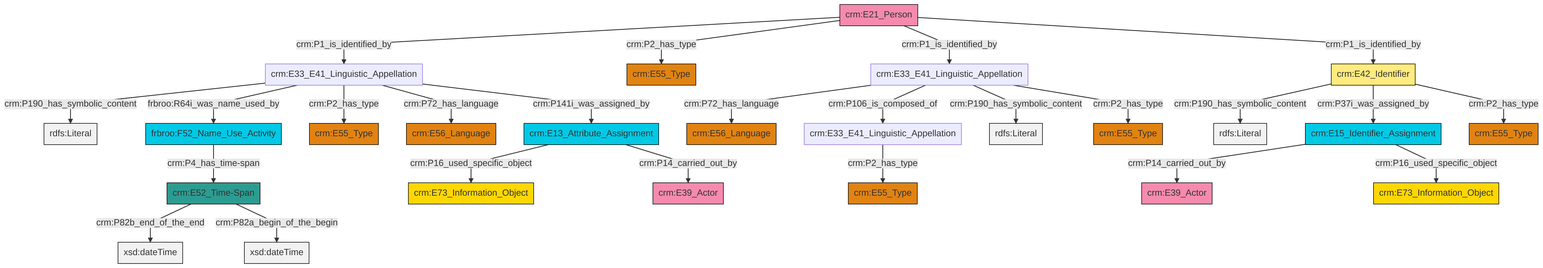
The Mermaid diagram et/personCSV/ttl/mmd/png/Person_Names_and_Classification.png in swiss-art-research-net/reference-data-models, before a commit. Its source is kept beside it as et/personCSV/ttl/mmd/Person_Names_and_Classification.ttl.mmd.
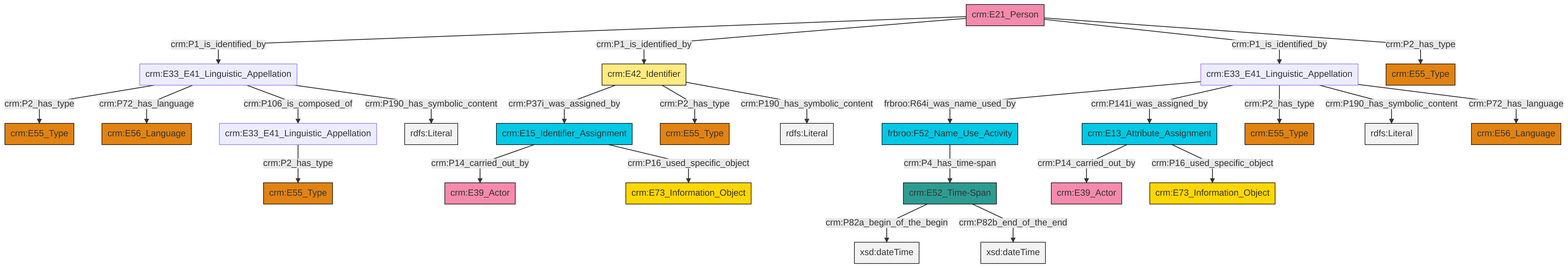
The same diagram one commit later.

Diff of the diagram source:
```diff
@@ -13,27 +13,27 @@
 classDef PC_Classes fill:#4ce600, stroke:#000000;
 classDef Multi fill:#cccccc,stroke:#000000;
 
-0["crm:E21_Person"]:::Actor -->|crm:P1_is_identified_by| 1["crm:E33_E41_Linguistic_Appellation"]:::Default
-1["crm:E33_E41_Linguistic_Appellation"]:::Default -->|crm:P190_has_symbolic_content| 6[rdfs:Literal]:::Literal
-2["crm:E42_Identifier"]:::Appellation -->|crm:P190_has_symbolic_content| 9[rdfs:Literal]:::Literal
-1["crm:E33_E41_Linguistic_Appellation"]:::Default -->|frbroo:R64i_was_name_used_by| 12["frbroo:F52_Name_Use_Activity"]:::Temporal_Entity
-0["crm:E21_Person"]:::Actor -->|crm:P2_has_type| 15["crm:E55_Type"]:::Type
-23["crm:E13_Attribute_Assignment"]:::Temporal_Entity -->|crm:P16_used_specific_object| 13["crm:E73_Information_Object"]:::Conceptual_Object
-24["crm:E52_Time-Span"]:::Time-Span -->|crm:P82b_end_of_the_end| 25[xsd:dateTime]:::Literal
-2["crm:E42_Identifier"]:::Appellation -->|crm:P37i_was_assigned_by| 26["crm:E15_Identifier_Assignment"]:::Temporal_Entity
-0["crm:E21_Person"]:::Actor -->|crm:P1_is_identified_by| 33["crm:E33_E41_Linguistic_Appellation"]:::Default
-2["crm:E42_Identifier"]:::Appellation -->|crm:P2_has_type| 18["crm:E55_Type"]:::Type
-12["frbroo:F52_Name_Use_Activity"]:::Temporal_Entity -->|crm:P4_has_time-span| 24["crm:E52_Time-Span"]:::Time-Span
-24["crm:E52_Time-Span"]:::Time-Span -->|crm:P82a_begin_of_the_begin| 37[xsd:dateTime]:::Literal
-16["crm:E33_E41_Linguistic_Appellation"]:::Default -->|crm:P2_has_type| 38["crm:E55_Type"]:::Type
-1["crm:E33_E41_Linguistic_Appellation"]:::Default -->|crm:P2_has_type| 10["crm:E55_Type"]:::Type
-1["crm:E33_E41_Linguistic_Appellation"]:::Default -->|crm:P72_has_language| 21["crm:E56_Language"]:::Type
-33["crm:E33_E41_Linguistic_Appellation"]:::Default -->|crm:P72_has_language| 7["crm:E56_Language"]:::Type
-0["crm:E21_Person"]:::Actor -->|crm:P1_is_identified_by| 2["crm:E42_Identifier"]:::Appellation
-33["crm:E33_E41_Linguistic_Appellation"]:::Default -->|crm:P106_is_composed_of| 16["crm:E33_E41_Linguistic_Appellation"]:::Default
-26["crm:E15_Identifier_Assignment"]:::Temporal_Entity -->|crm:P14_carried_out_by| 42["crm:E39_Actor"]:::Actor
-33["crm:E33_E41_Linguistic_Appellation"]:::Default -->|crm:P190_has_symbolic_content| 43[rdfs:Literal]:::Literal
-1["crm:E33_E41_Linguistic_Appellation"]:::Default -->|crm:P141i_was_assigned_by| 23["crm:E13_Attribute_Assignment"]:::Temporal_Entity
-26["crm:E15_Identifier_Assignment"]:::Temporal_Entity -->|crm:P16_used_specific_object| 34["crm:E73_Information_Object"]:::Conceptual_Object
-23["crm:E13_Attribute_Assignment"]:::Temporal_Entity -->|crm:P14_carried_out_by| 4["crm:E39_Actor"]:::Actor
-33["crm:E33_E41_Linguistic_Appellation"]:::Default -->|crm:P2_has_type| 31["crm:E55_Type"]:::Type
+0["crm:E33_E41_Linguistic_Appellation"]:::Default -->|frbroo:R64i_was_name_used_by| 1["frbroo:F52_Name_Use_Activity"]:::Temporal_Entity
+2["crm:E13_Attribute_Assignment"]:::Temporal_Entity -->|crm:P14_carried_out_by| 3["crm:E39_Actor"]:::Actor
+4["crm:E33_E41_Linguistic_Appellation"]:::Default -->|crm:P2_has_type| 5["crm:E55_Type"]:::Type
+6["crm:E21_Person"]:::Actor -->|crm:P1_is_identified_by| 7["crm:E33_E41_Linguistic_Appellation"]:::Default
+9["crm:E42_Identifier"]:::Appellation -->|crm:P37i_was_assigned_by| 10["crm:E15_Identifier_Assignment"]:::Temporal_Entity
+9["crm:E42_Identifier"]:::Appellation -->|crm:P2_has_type| 11["crm:E55_Type"]:::Type
+0["crm:E33_E41_Linguistic_Appellation"]:::Default -->|crm:P141i_was_assigned_by| 2["crm:E13_Attribute_Assignment"]:::Temporal_Entity
+6["crm:E21_Person"]:::Actor -->|crm:P1_is_identified_by| 9["crm:E42_Identifier"]:::Appellation
+9["crm:E42_Identifier"]:::Appellation -->|crm:P190_has_symbolic_content| 20[rdfs:Literal]:::Literal
+7["crm:E33_E41_Linguistic_Appellation"]:::Default -->|crm:P2_has_type| 14["crm:E55_Type"]:::Type
+26["crm:E52_Time-Span"]:::Time-Span -->|crm:P82a_begin_of_the_begin| 30[xsd:dateTime]:::Literal
+7["crm:E33_E41_Linguistic_Appellation"]:::Default -->|crm:P72_has_language| 23["crm:E56_Language"]:::Type
+0["crm:E33_E41_Linguistic_Appellation"]:::Default -->|crm:P2_has_type| 31["crm:E55_Type"]:::Type
+0["crm:E33_E41_Linguistic_Appellation"]:::Default -->|crm:P190_has_symbolic_content| 35[rdfs:Literal]:::Literal
+7["crm:E33_E41_Linguistic_Appellation"]:::Default -->|crm:P106_is_composed_of| 4["crm:E33_E41_Linguistic_Appellation"]:::Default
+26["crm:E52_Time-Span"]:::Time-Span -->|crm:P82b_end_of_the_end| 37[xsd:dateTime]:::Literal
+10["crm:E15_Identifier_Assignment"]:::Temporal_Entity -->|crm:P14_carried_out_by| 17["crm:E39_Actor"]:::Actor
+6["crm:E21_Person"]:::Actor -->|crm:P1_is_identified_by| 0["crm:E33_E41_Linguistic_Appellation"]:::Default
+7["crm:E33_E41_Linguistic_Appellation"]:::Default -->|crm:P190_has_symbolic_content| 41[rdfs:Literal]:::Literal
+6["crm:E21_Person"]:::Actor -->|crm:P2_has_type| 39["crm:E55_Type"]:::Type
+0["crm:E33_E41_Linguistic_Appellation"]:::Default -->|crm:P72_has_language| 12["crm:E56_Language"]:::Type
+10["crm:E15_Identifier_Assignment"]:::Temporal_Entity -->|crm:P16_used_specific_object| 21["crm:E73_Information_Object"]:::Conceptual_Object
+2["crm:E13_Attribute_Assignment"]:::Temporal_Entity -->|crm:P16_used_specific_object| 42["crm:E73_Information_Object"]:::Conceptual_Object
+1["frbroo:F52_Name_Use_Activity"]:::Temporal_Entity -->|crm:P4_has_time-span| 26["crm:E52_Time-Span"]:::Time-Span
```
